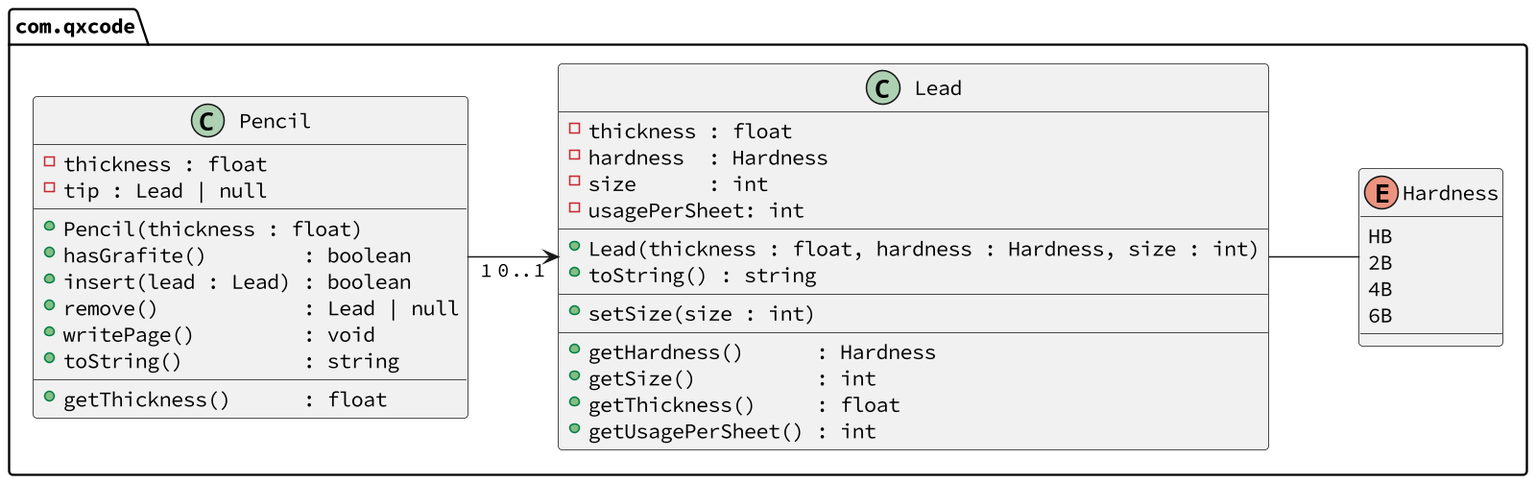
Earlier version of the PlantUML export base/004/diagrama.png (qxcodepoo/arcade).
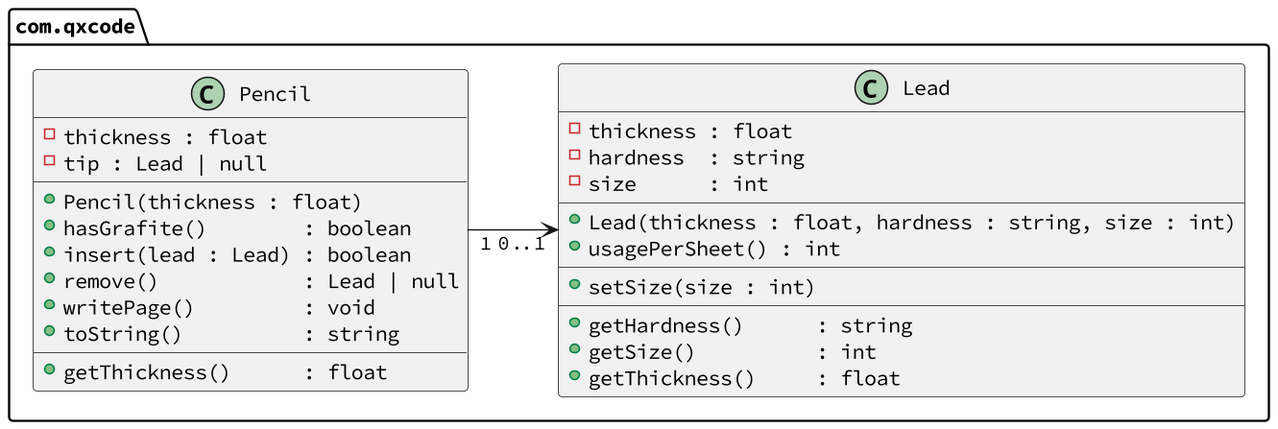
Later version of the same file.

What changed in the source:
```diff
@@ -1,32 +1,21 @@
 @startuml
-
 skinparam defaultFontName Hasklig
 skinparam dpi 150
 left to right direction
-
 package com.qxcode {
-  enum Hardness {
-    HB
-    2B
-    4B
-    6B
-  }
-
   class Lead {
     - thickness : float
-    - hardness  : Hardness
+    - hardness  : string
     - size      : int
-    - usagePerSheet: int
     __
-    + Lead(thickness : float, hardness : Hardness, size : int)
-    + toString() : string
+    + Lead(thickness : float, hardness : string, size : int)
+    + usagePerSheet() : int
     __
     + setSize(size : int)
     __
-    + getHardness()      : Hardness
+    + getHardness()      : string
     + getSize()          : int
     + getThickness()     : float
-    + getUsagePerSheet() : int
   }
 
   class Pencil {
@@ -44,5 +33,4 @@
   }
 }
 Pencil "1" --> "0..1" Lead
-Lead -- Hardness
 @enduml
```
